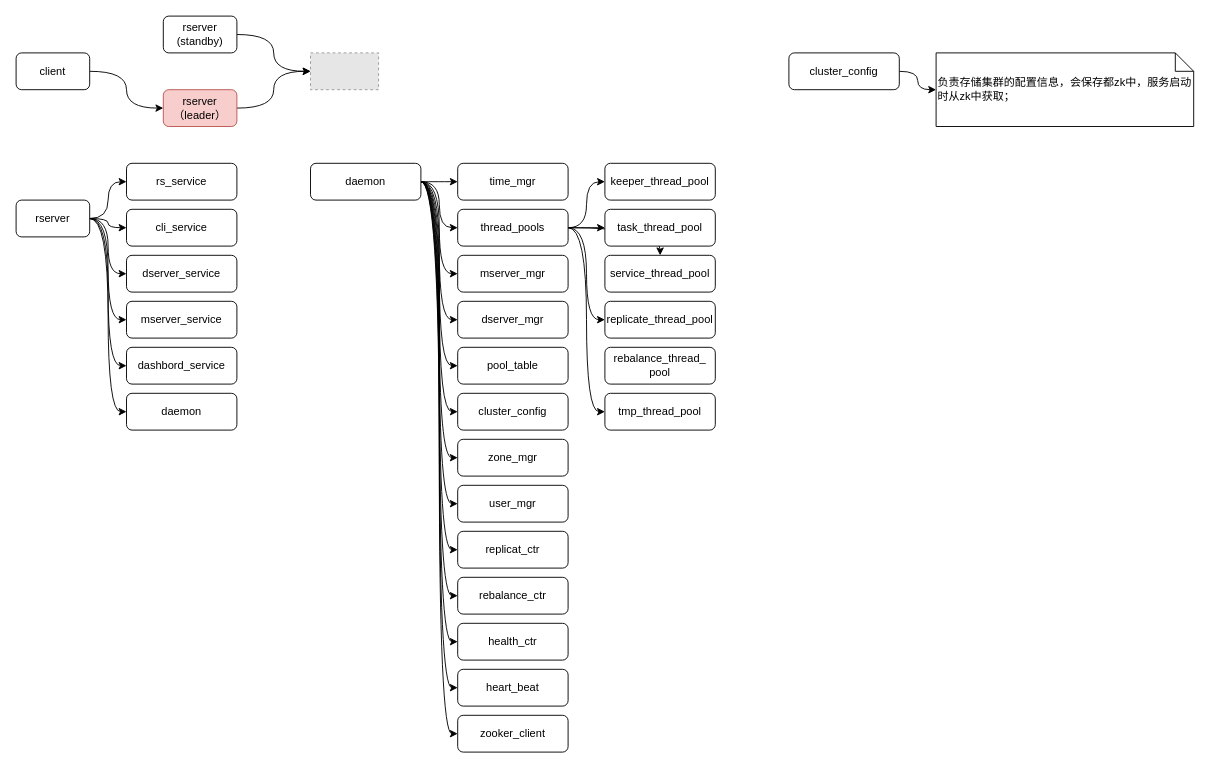
Above: page "rserver" (2 of 4) of mind/bstore.drawio in EarthWind/deeparch (draw.io), before the change. Source tidied: cells renumbered, new cells numbered last; positions are measured from the earlier drawing's top-left corner, leaving out a move shared by most shapes. Both pictures are drawn from the tidied source at 92%, with x=0, y=0 at pixel (16, 16). Pictures stored in the file or linked from it are replaced by grey dashed boxes.
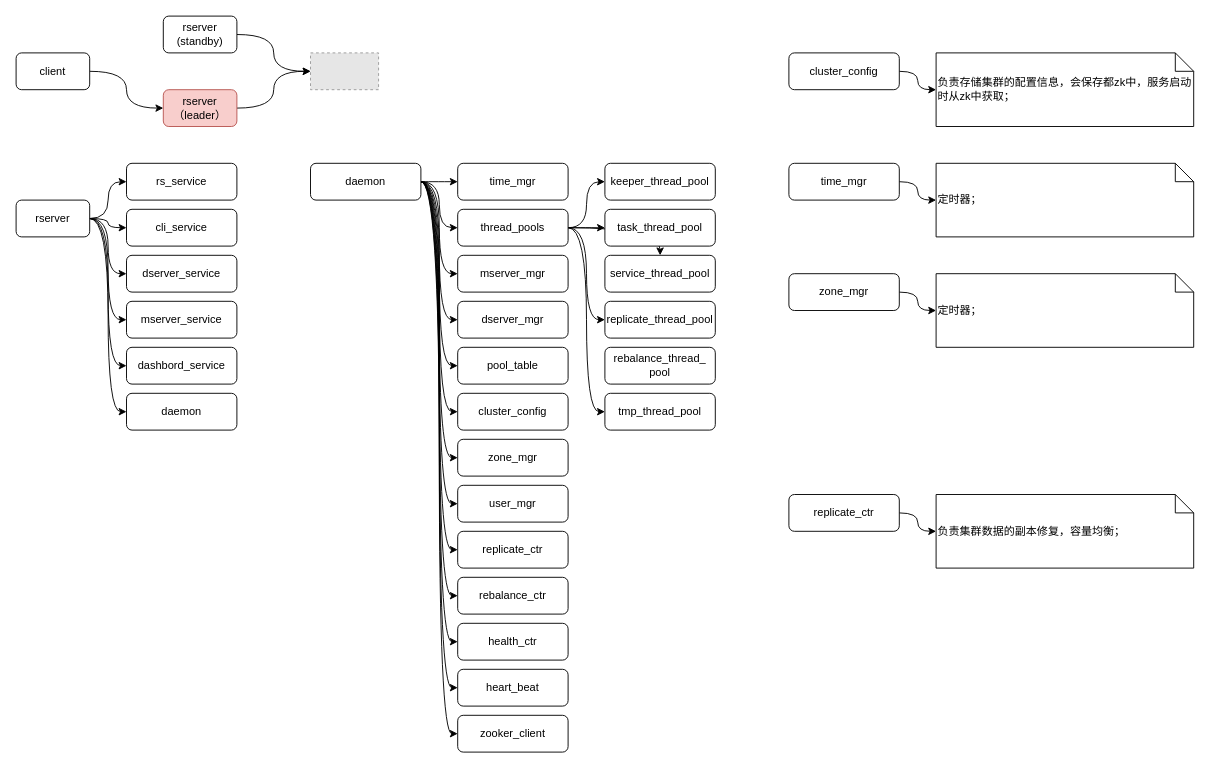
Above is the later version.

Diff of the diagram source:
```diff
@@
-    <mxCell id="55" value="replicat_ctr" style="whiteSpace=wrap;html=1;rounded=1;" parent="1" vertex="1">
+    <mxCell id="55" value="replicate_ctr" style="whiteSpace=wrap;html=1;rounded=1;" parent="1" vertex="1">
       <mxGeometry x="480" y="560" width="120" height="40" as="geometry" />
     </mxCell>
@@
+    <mxCell id="63" style="edgeStyle=orthogonalEdgeStyle;curved=1;rounded=0;jettySize=auto;html=1;entryX=0;entryY=0.5;entryDx=0;entryDy=0;entryPerimeter=0;" parent="1" edge="1" source="64" target="65">
+      <mxGeometry relative="1" as="geometry" />
+    </mxCell>
+    <mxCell id="64" value="replicate_ctr" style="whiteSpace=wrap;html=1;rounded=1;" parent="1" vertex="1">
+      <mxGeometry x="840" y="520" width="120" height="40" as="geometry" />
+    </mxCell>
+    <mxCell id="65" value="负责集群数据的副本修复，容量均衡；" style="shape=note;size=20;whiteSpace=wrap;html=1;align=left;" parent="1" vertex="1">
+      <mxGeometry x="1000" y="520" width="280" height="80" as="geometry" />
+    </mxCell>
+    <mxCell id="66" style="edgeStyle=orthogonalEdgeStyle;curved=1;rounded=0;jettySize=auto;html=1;entryX=0;entryY=0.5;entryDx=0;entryDy=0;entryPerimeter=0;" parent="1" edge="1" source="67" target="68">
+      <mxGeometry relative="1" as="geometry" />
+    </mxCell>
+    <mxCell id="67" value="time_mgr" style="whiteSpace=wrap;html=1;rounded=1;" parent="1" vertex="1">
+      <mxGeometry x="840" y="160" width="120" height="40" as="geometry" />
+    </mxCell>
+    <mxCell id="68" value="定时器；" style="shape=note;size=20;whiteSpace=wrap;html=1;align=left;" parent="1" vertex="1">
+      <mxGeometry x="1000" y="160" width="280" height="80" as="geometry" />
+    </mxCell>
+    <mxCell id="69" style="edgeStyle=orthogonalEdgeStyle;curved=1;rounded=0;jettySize=auto;html=1;entryX=0;entryY=0.5;entryDx=0;entryDy=0;entryPerimeter=0;" parent="1" edge="1" source="70" target="71">
+      <mxGeometry relative="1" as="geometry" />
+    </mxCell>
+    <mxCell id="70" value="zone_mgr" style="whiteSpace=wrap;html=1;rounded=1;" parent="1" vertex="1">
+      <mxGeometry x="840" y="280" width="120" height="40" as="geometry" />
+    </mxCell>
+    <mxCell id="71" value="定时器；" style="shape=note;size=20;whiteSpace=wrap;html=1;align=left;" parent="1" vertex="1">
+      <mxGeometry x="1000" y="280" width="280" height="80" as="geometry" />
+    </mxCell>
```
